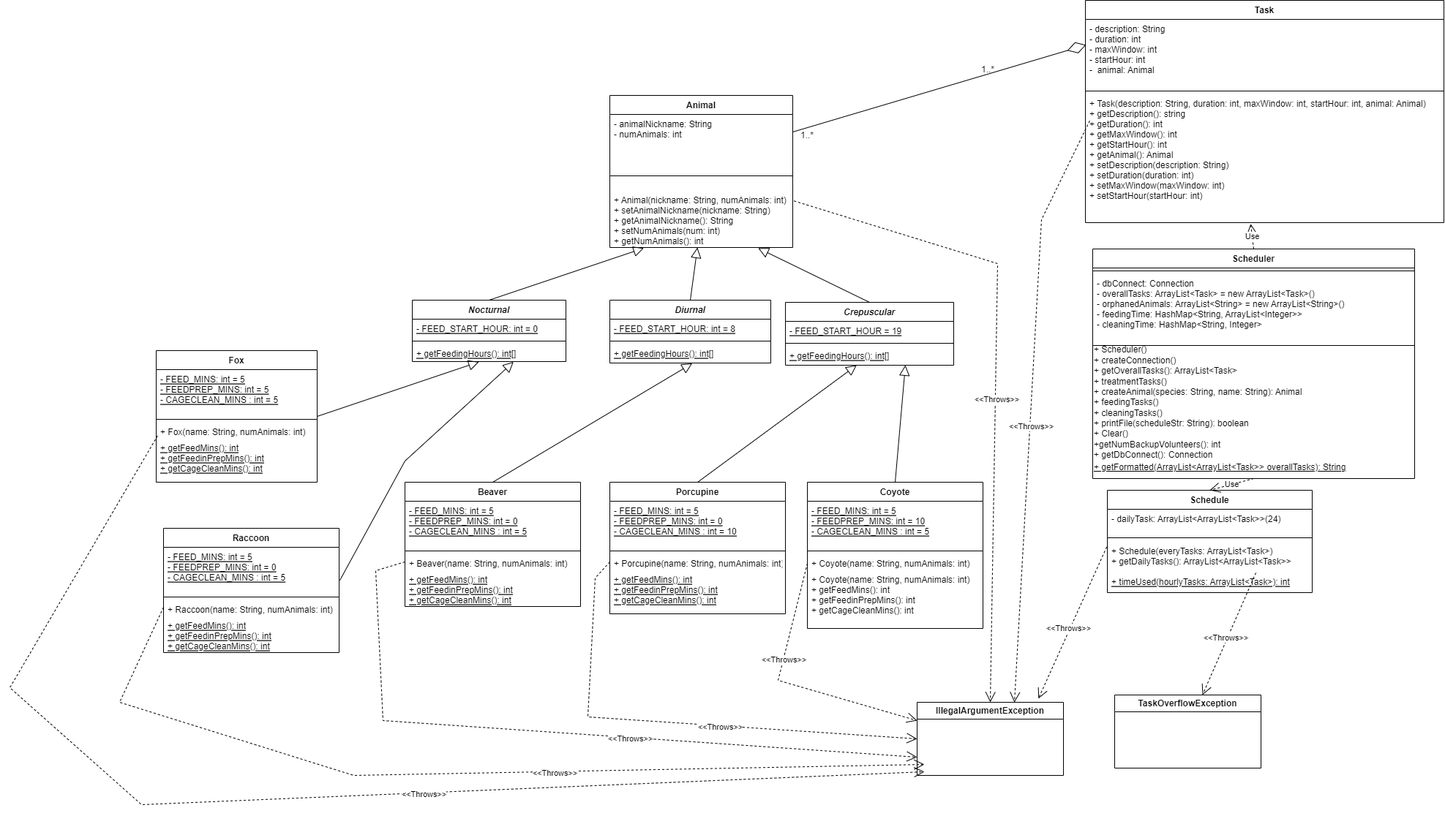
Above: UML/ENSF 380 UML.drawio.png in chantaeh/vet_records_ensf380_project (draw.io), before the change. Source tidied: cells renumbered, new cells last; positions are measured from the earlier drawing's top-left corner, leaving out a move shared by most shapes.
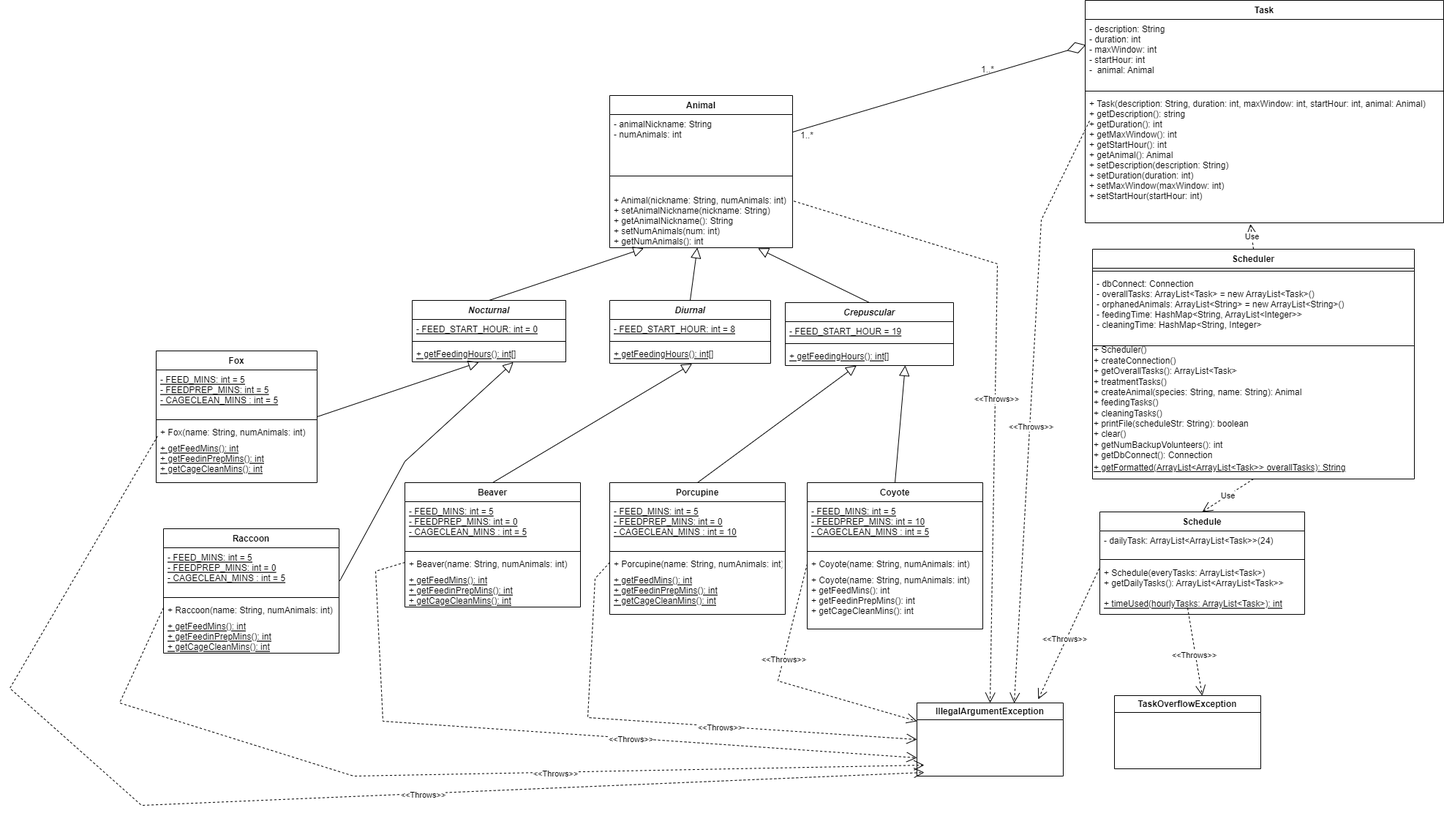
Later version of the same file.

Diff of the diagram source:
```diff
@@ -54,7 +54,7 @@
       <mxGeometry y="60" width="210" height="24" as="geometry" />
     </mxCell>
     <mxCell id="19" value="Schedule" style="swimlane;fontStyle=1;align=center;verticalAlign=top;horizontal=1;startSize=26;" parent="1" vertex="1">
-      <mxGeometry x="1500" y="670" width="280" height="140" as="geometry" />
+      <mxGeometry x="1490" y="699" width="280" height="140" as="geometry" />
     </mxCell>
     <mxCell id="20" value="- dailyTask: ArrayList&lt;ArrayList&lt;Task&gt;&gt;(24)" style="text;strokeColor=none;fillColor=none;align=left;verticalAlign=top;spacingLeft=4;spacingRight=4;overflow=hidden;" parent="19" vertex="1">
       <mxGeometry y="26" width="280" height="34" as="geometry" />
@@ -195,7 +195,7 @@
     <mxCell id="64" style="line;strokeWidth=1;fillColor=none;align=left;verticalAlign=middle;spacingTop=-1;spacingLeft=3;spacingRight=3;labelPosition=right;strokeColor=inherit;" parent="61" vertex="1">
       <mxGeometry y="128" width="440" height="8" as="geometry" />
     </mxCell>
-    <mxCell id="65" value="+ Scheduler()&lt;br&gt;+ createConnection()&lt;br&gt;+ getOverallTasks(): ArrayList&amp;lt;Task&amp;gt;&lt;br&gt;+ treatmentTasks()&lt;br&gt;+ createAnimal(species: String, name: String): Animal&lt;br&gt;+ feedingTasks()&lt;br&gt;+ cleaningTasks()&lt;br&gt;+ printFile(scheduleStr: String): boolean&lt;br&gt;+ Clear()&lt;br&gt;+getNumBackupVolunteers(): int&lt;br&gt;+ getDbConnect(): Connection" style="text;html=1;strokeColor=none;fillColor=none;align=left;verticalAlign=middle;whiteSpace=wrap;rounded=0;" parent="61" vertex="1">
+    <mxCell id="65" value="+ Scheduler()&lt;br&gt;+ createConnection()&lt;br&gt;+ getOverallTasks(): ArrayList&amp;lt;Task&amp;gt;&lt;br&gt;+ treatmentTasks()&lt;br&gt;+ createAnimal(species: String, name: String): Animal&lt;br&gt;+ feedingTasks()&lt;br&gt;+ cleaningTasks()&lt;br&gt;+ printFile(scheduleStr: String): boolean&lt;br&gt;+ clear()&lt;br&gt;+ getNumBackupVolunteers(): int&lt;br&gt;+ getDbConnect(): Connection" style="text;html=1;strokeColor=none;fillColor=none;align=left;verticalAlign=middle;whiteSpace=wrap;rounded=0;" parent="61" vertex="1">
       <mxGeometry y="136" width="440" height="148" as="geometry" />
     </mxCell>
     <mxCell id="66" value="&lt;u&gt;+ getFormatted(ArrayList&amp;lt;ArrayList&amp;lt;Task&amp;gt;&amp;gt; overallTasks): String&lt;/u&gt;" style="text;html=1;strokeColor=none;fillColor=none;align=left;verticalAlign=middle;whiteSpace=wrap;rounded=0;" parent="61" vertex="1">
@@ -278,9 +278,9 @@
         </Array>
       </mxGeometry>
     </mxCell>
-    <mxCell id="80" value="&amp;lt;&amp;lt;Throws&amp;gt;&amp;gt;" style="endArrow=open;endSize=12;dashed=1;html=1;rounded=0;exitX=-0.003;exitY=0.178;exitDx=0;exitDy=0;exitPerimeter=0;" parent="1" edge="1">
+    <mxCell id="80" value="&amp;lt;&amp;lt;Throws&amp;gt;&amp;gt;" style="endArrow=open;endSize=12;dashed=1;html=1;rounded=0;" parent="1" edge="1">
       <mxGeometry x="0.08" y="-2" relative="1" as="geometry">
-        <mxPoint x="1703" y="783" as="sourcePoint" />
+        <mxPoint x="1610" y="830" as="sourcePoint" />
         <mxPoint x="1630" y="950" as="targetPoint" />
       </mxGeometry>
     </mxCell>
```
